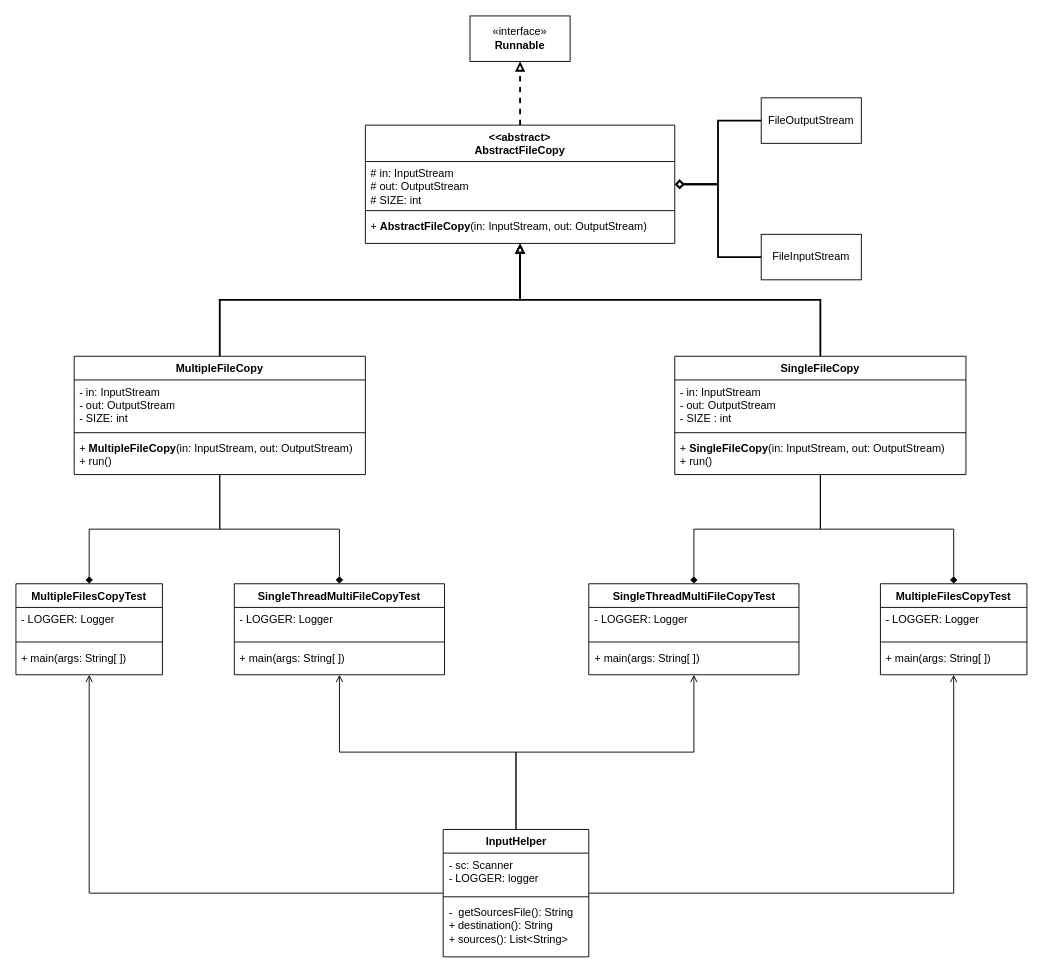
id3ntity99/java keeps this draw.io diagram as page "SingleFileCopy" (1 of 3) of examples/src/thread/thread.drawio. Above is the earlier version. Source tidied: cells renumbered, new cells numbered last; positions are measured from the earlier drawing's top-left corner, leaving out a move shared by most shapes. Both pictures are drawn from the tidied source at 91%, with x=0, y=0 at pixel (15, 15).
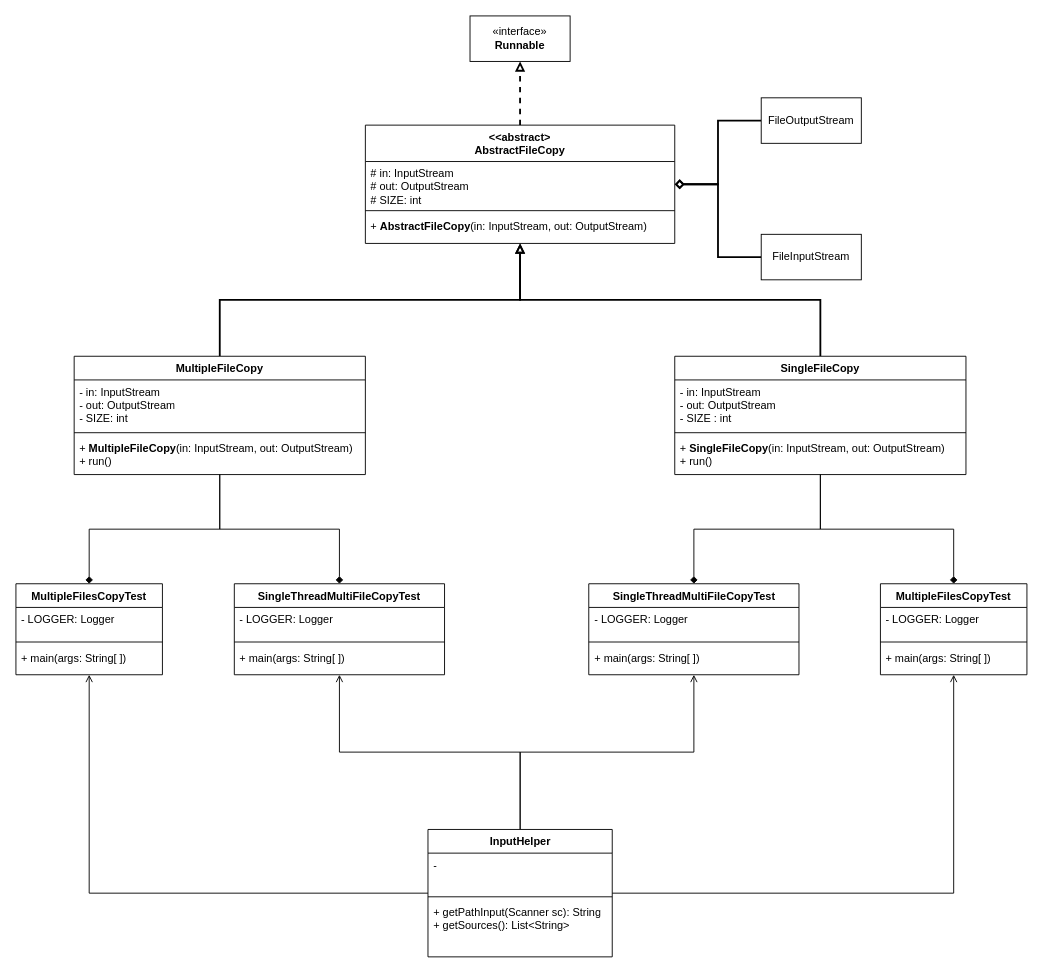
Above is the later version.

Commit message:
Modified some methods' signatures

The edit, as a diff of the source:
```diff
@@
     <mxCell id="30" value="InputHelper" style="swimlane;fontStyle=1;align=center;verticalAlign=top;horizontal=1;startSize=26;whiteSpace=wrap;html=1;" parent="1" vertex="1">
-      <mxGeometry x="469.5" y="894" width="160" height="140" as="geometry" />
+      <mxGeometry x="452.8" y="894" width="202.5" height="140" as="geometry" />
     </mxCell>
-    <mxCell id="31" value="- sc: Scanner&lt;div&gt;- LOGGER: logger&lt;/div&gt;" style="text;strokeColor=none;fillColor=none;align=left;verticalAlign=top;spacingLeft=4;spacingRight=4;overflow=hidden;whiteSpace=wrap;html=1;" parent="30" vertex="1">
-      <mxGeometry y="26" width="160" height="44" as="geometry" />
+    <mxCell id="31" value="-" style="text;strokeColor=none;fillColor=none;align=left;verticalAlign=top;spacingLeft=4;spacingRight=4;overflow=hidden;whiteSpace=wrap;html=1;" parent="30" vertex="1">
+      <mxGeometry y="26" width="202.5" height="44" as="geometry" />
     </mxCell>
     <mxCell id="32" style="line;strokeWidth=1;fillColor=none;align=left;verticalAlign=middle;spacingTop=-1;spacingLeft=3;spacingRight=3;labelPosition=right;strokeColor=inherit;" parent="30" vertex="1">
-      <mxGeometry y="70" width="160" height="8" as="geometry" />
+      <mxGeometry y="70" width="202.5" height="8" as="geometry" />
     </mxCell>
-    <mxCell id="33" value="&lt;div&gt;-&amp;nbsp; getSourcesFile(): String&lt;/div&gt;+ destination(): String&lt;div&gt;+ sources(): List&amp;lt;String&amp;gt;&lt;/div&gt;&lt;div&gt;&lt;br&gt;&lt;/div&gt;" style="text;strokeColor=none;fillColor=none;align=left;verticalAlign=top;spacingLeft=4;spacingRight=4;overflow=hidden;whiteSpace=wrap;html=1;" parent="30" vertex="1">
-      <mxGeometry y="78" width="160" height="62" as="geometry" />
+    <mxCell id="33" value="&lt;div&gt;&lt;span style=&quot;background-color: transparent; color: light-dark(rgb(0, 0, 0), rgb(255, 255, 255));&quot;&gt;+ getPathInput(Scanner sc): String&lt;/span&gt;&lt;br&gt;&lt;/div&gt;&lt;div&gt;+ getSources(): List&amp;lt;String&amp;gt;&lt;/div&gt;&lt;div&gt;&lt;br&gt;&lt;/div&gt;" style="text;strokeColor=none;fillColor=none;align=left;verticalAlign=top;spacingLeft=4;spacingRight=4;overflow=hidden;whiteSpace=wrap;html=1;" parent="30" vertex="1">
+      <mxGeometry y="78" width="202.5" height="62" as="geometry" />
     </mxCell>
```
